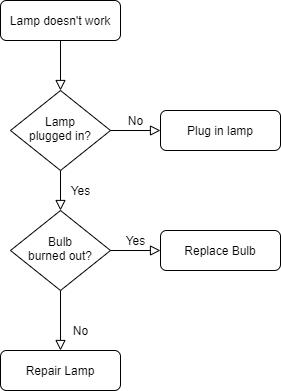
Earlier version of the draw.io export ddd.png (VillanelleYY/test). Source tidied: cells renumbered, new cells last; positions are measured from the earlier drawing's top-left corner, leaving out a move shared by most shapes.
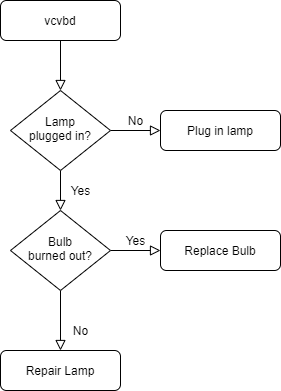
The same diagram one commit later.

Change to the diagram source:
```diff
@@ -5,7 +5,7 @@
     <mxCell id="2" style="rounded=0;html=1;jettySize=auto;fontSize=11;endArrow=block;endFill=0;endSize=8;strokeWidth=1;shadow=0;labelBackgroundColor=none;edgeStyle=orthogonalEdgeStyle;" parent="1" edge="1" source="3" target="6">
       <mxGeometry relative="1" as="geometry" />
     </mxCell>
-    <mxCell id="3" value="Lamp doesn't work" style="rounded=1;whiteSpace=wrap;html=1;fontSize=12;glass=0;strokeWidth=1;shadow=0;" parent="1" vertex="1">
+    <mxCell id="3" value="vcvbd" style="rounded=1;whiteSpace=wrap;html=1;fontSize=12;glass=0;strokeWidth=1;shadow=0;" parent="1" vertex="1">
       <mxGeometry width="120" height="40" as="geometry" />
     </mxCell>
     <mxCell id="4" value="Yes" style="rounded=0;html=1;jettySize=auto;fontSize=11;endArrow=block;endFill=0;endSize=8;strokeWidth=1;shadow=0;labelBackgroundColor=none;edgeStyle=orthogonalEdgeStyle;" parent="1" edge="1" source="6" target="10">
```
